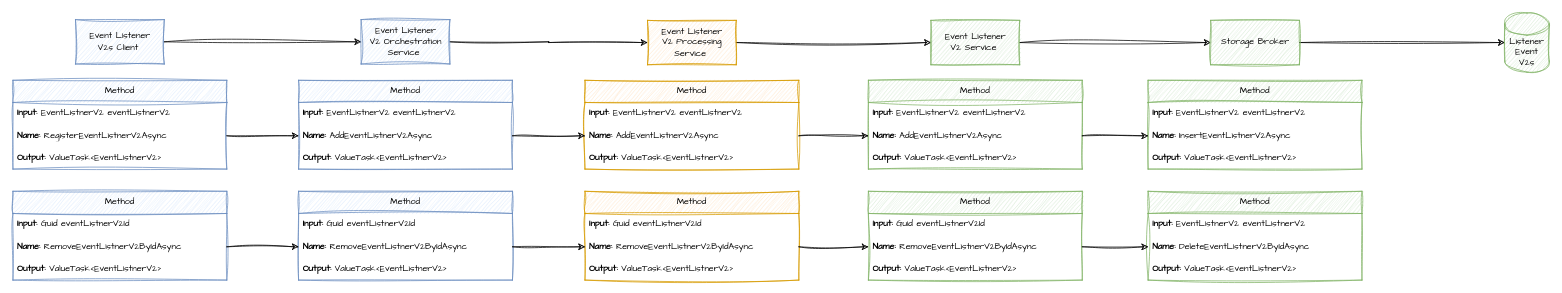
Before: page "REGISTER AND REMOVE EVENT LISTENER V2" (4 of 5) of EventHighway.Designs/EVENTS.drawio in hassanhabib/EventHighway, a draw.io diagram. Source tidied: cells renumbered, new cells numbered last; positions are measured from the earlier drawing's top-left corner, leaving out a move shared by most shapes. Both pictures are drawn from the tidied source at 74%, with x=0, y=0 at pixel (13, 13).
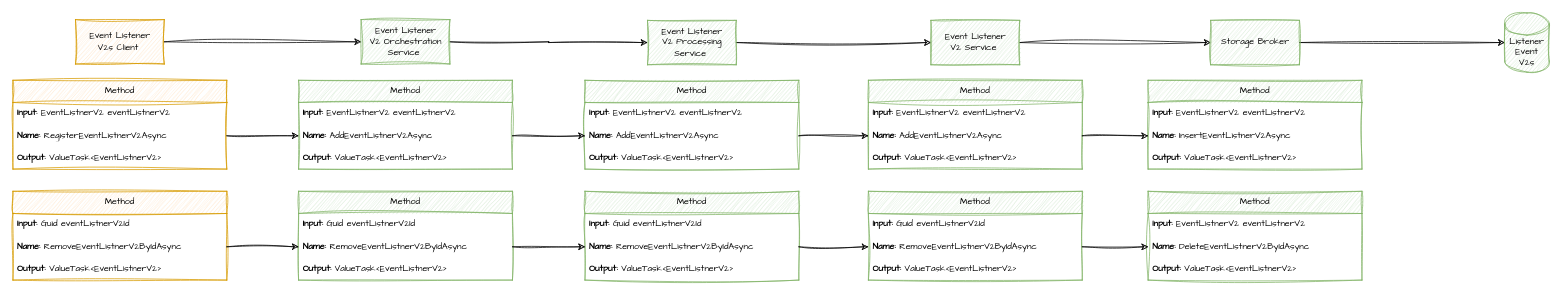
The same diagram, later.

Commit message:
STATUS: Register & Remove Event Listener V2 As Of 18-03-25

Diff of the diagram source:
```diff
@@
-    <mxCell id="3" value="Event Listener&lt;div&gt;V2s&amp;nbsp;&lt;span style=&quot;background-color: transparent; color: light-dark(rgb(0, 0, 0), rgb(255, 255, 255));&quot;&gt;Client&amp;nbsp;&lt;/span&gt;&lt;/div&gt;" style="rounded=0;whiteSpace=wrap;html=1;sketch=1;hachureGap=4;jiggle=2;curveFitting=1;fontFamily=Architects Daughter;fillColor=#dae8fc;strokeColor=#6c8ebf;" parent="1" vertex="1">
+    <mxCell id="3" value="Event Listener&lt;div&gt;V2s&amp;nbsp;&lt;span style=&quot;background-color: transparent; color: light-dark(rgb(0, 0, 0), rgb(255, 255, 255));&quot;&gt;Client&amp;nbsp;&lt;/span&gt;&lt;/div&gt;" style="rounded=0;whiteSpace=wrap;html=1;sketch=1;hachureGap=4;jiggle=2;curveFitting=1;fontFamily=Architects Daughter;fillColor=#ffe6cc;strokeColor=#d79b00;" parent="1" vertex="1">
       <mxGeometry x="84.5" y="9" width="120" height="60" as="geometry" />
     </mxCell>
-    <mxCell id="4" value="Method" style="swimlane;fontStyle=0;horizontal=1;startSize=30;whiteSpace=wrap;html=1;sketch=1;hachureGap=4;jiggle=2;curveFitting=1;fontFamily=Architects Daughter;fillColor=#dae8fc;strokeColor=#6c8ebf;" parent="1" vertex="1">
+    <mxCell id="4" value="Method" style="swimlane;fontStyle=0;horizontal=1;startSize=30;whiteSpace=wrap;html=1;sketch=1;hachureGap=4;jiggle=2;curveFitting=1;fontFamily=Architects Daughter;fillColor=#ffe6cc;strokeColor=#d79b00;" parent="1" vertex="1">
       <mxGeometry y="91" width="289" height="120" as="geometry" />
     </mxCell>
@@
-    <mxCell id="8" value="Method" style="swimlane;fontStyle=0;horizontal=1;startSize=30;whiteSpace=wrap;html=1;sketch=1;hachureGap=4;jiggle=2;curveFitting=1;fontFamily=Architects Daughter;fillColor=#dae8fc;strokeColor=#6c8ebf;" parent="1" vertex="1">
+    <mxCell id="8" value="Method" style="swimlane;fontStyle=0;horizontal=1;startSize=30;whiteSpace=wrap;html=1;sketch=1;hachureGap=4;jiggle=2;curveFitting=1;fontFamily=Architects Daughter;fillColor=#ffe6cc;strokeColor=#d79b00;" parent="1" vertex="1">
       <mxGeometry y="241" width="289" height="120" as="geometry" />
     </mxCell>
@@
-    <mxCell id="13" value="Event Listener&lt;div&gt;V2 Orchestration&lt;/div&gt;&lt;div&gt;&lt;span style=&quot;background-color: transparent; color: light-dark(rgb(0, 0, 0), rgb(255, 255, 255));&quot;&gt;Service&amp;nbsp;&lt;/span&gt;&lt;/div&gt;" style="rounded=0;whiteSpace=wrap;html=1;sketch=1;hachureGap=4;jiggle=2;curveFitting=1;fontFamily=Architects Daughter;fillColor=#dae8fc;strokeColor=#6c8ebf;" parent="1" vertex="1">
+    <mxCell id="13" value="Event Listener&lt;div&gt;V2 Orchestration&lt;/div&gt;&lt;div&gt;&lt;span style=&quot;background-color: transparent; color: light-dark(rgb(0, 0, 0), rgb(255, 255, 255));&quot;&gt;Service&amp;nbsp;&lt;/span&gt;&lt;/div&gt;" style="rounded=0;whiteSpace=wrap;html=1;sketch=1;hachureGap=4;jiggle=2;curveFitting=1;fontFamily=Architects Daughter;fillColor=#d5e8d4;strokeColor=#82b366;" parent="1" vertex="1">
       <mxGeometry x="470.5" y="9" width="120" height="60" as="geometry" />
     </mxCell>
-    <mxCell id="14" value="Method" style="swimlane;fontStyle=0;horizontal=1;startSize=30;whiteSpace=wrap;html=1;sketch=1;hachureGap=4;jiggle=2;curveFitting=1;fontFamily=Architects Daughter;fillColor=#dae8fc;strokeColor=#6c8ebf;" parent="1" vertex="1">
+    <mxCell id="14" value="Method" style="swimlane;fontStyle=0;horizontal=1;startSize=30;whiteSpace=wrap;html=1;sketch=1;hachureGap=4;jiggle=2;curveFitting=1;fontFamily=Architects Daughter;fillColor=#d5e8d4;strokeColor=#82b366;" parent="1" vertex="1">
       <mxGeometry x="386" y="91" width="289" height="120" as="geometry" />
     </mxCell>
@@
-    <mxCell id="18" value="Method" style="swimlane;fontStyle=0;horizontal=1;startSize=30;whiteSpace=wrap;html=1;sketch=1;hachureGap=4;jiggle=2;curveFitting=1;fontFamily=Architects Daughter;fillColor=#dae8fc;strokeColor=#6c8ebf;" parent="1" vertex="1">
+    <mxCell id="18" value="Method" style="swimlane;fontStyle=0;horizontal=1;startSize=30;whiteSpace=wrap;html=1;sketch=1;hachureGap=4;jiggle=2;curveFitting=1;fontFamily=Architects Daughter;fillColor=#d5e8d4;strokeColor=#82b366;" parent="1" vertex="1">
       <mxGeometry x="386" y="241" width="289" height="120" as="geometry" />
     </mxCell>
@@
-    <mxCell id="25" value="Event Listener&lt;div&gt;V2 Processing&lt;/div&gt;&lt;div&gt;&lt;span style=&quot;background-color: transparent; color: light-dark(rgb(0, 0, 0), rgb(255, 255, 255));&quot;&gt;Service&amp;nbsp;&lt;/span&gt;&lt;/div&gt;" style="rounded=0;whiteSpace=wrap;html=1;sketch=1;hachureGap=4;jiggle=2;curveFitting=1;fontFamily=Architects Daughter;fillColor=#ffe6cc;strokeColor=#d79b00;" parent="1" vertex="1">
+    <mxCell id="25" value="Event Listener&lt;div&gt;V2 Processing&lt;/div&gt;&lt;div&gt;&lt;span style=&quot;background-color: transparent; color: light-dark(rgb(0, 0, 0), rgb(255, 255, 255));&quot;&gt;Service&amp;nbsp;&lt;/span&gt;&lt;/div&gt;" style="rounded=0;whiteSpace=wrap;html=1;sketch=1;hachureGap=4;jiggle=2;curveFitting=1;fontFamily=Architects Daughter;fillColor=#d5e8d4;strokeColor=#82b366;" parent="1" vertex="1">
       <mxGeometry x="857.5" y="10" width="120" height="60" as="geometry" />
     </mxCell>
-    <mxCell id="26" value="Method" style="swimlane;fontStyle=0;horizontal=1;startSize=30;whiteSpace=wrap;html=1;sketch=1;hachureGap=4;jiggle=2;curveFitting=1;fontFamily=Architects Daughter;fillColor=#ffe6cc;strokeColor=#d79b00;" parent="1" vertex="1">
+    <mxCell id="26" value="Method" style="swimlane;fontStyle=0;horizontal=1;startSize=30;whiteSpace=wrap;html=1;sketch=1;hachureGap=4;jiggle=2;curveFitting=1;fontFamily=Architects Daughter;fillColor=#d5e8d4;strokeColor=#82b366;" parent="1" vertex="1">
       <mxGeometry x="773" y="91" width="289" height="120" as="geometry" />
     </mxCell>
@@
-    <mxCell id="30" value="Method" style="swimlane;fontStyle=0;horizontal=1;startSize=30;whiteSpace=wrap;html=1;sketch=1;hachureGap=4;jiggle=2;curveFitting=1;fontFamily=Architects Daughter;fillColor=#ffe6cc;strokeColor=#d79b00;" parent="1" vertex="1">
+    <mxCell id="30" value="Method" style="swimlane;fontStyle=0;horizontal=1;startSize=30;whiteSpace=wrap;html=1;sketch=1;hachureGap=4;jiggle=2;curveFitting=1;fontFamily=Architects Daughter;fillColor=#d5e8d4;strokeColor=#82b366;" parent="1" vertex="1">
       <mxGeometry x="773" y="241" width="289" height="120" as="geometry" />
     </mxCell>
```
